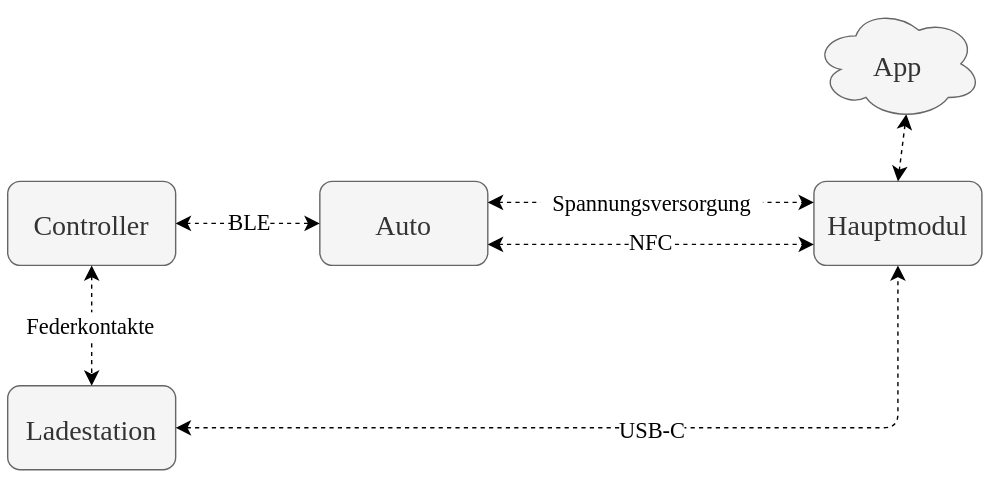
The draw.io diagram Bilder/BlockschaltbildProjekt.svg in 06Moritz/DiplomProjekt, before a commit. Source tidied: cells renumbered, new cells last; positions are measured from the earlier drawing's top-left corner, leaving out a move shared by most shapes.
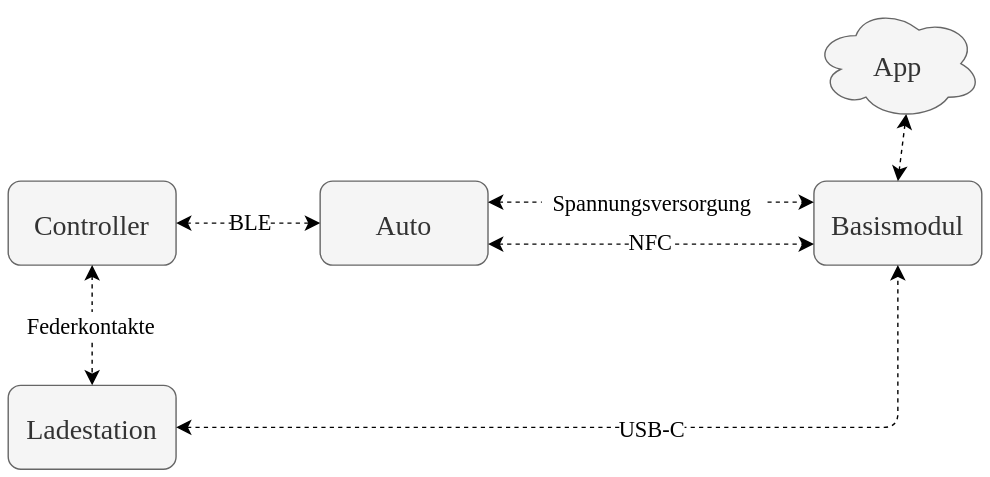
After the commit.

Change to the diagram source:
```diff
@@ -5,7 +5,7 @@
     <mxCell id="2" value="Ladestation" style="rounded=1;fontSize=20;fontFamily=Tahoma;fillColor=#f5f5f5;fontColor=#333333;strokeColor=#666666;" parent="1" vertex="1">
       <mxGeometry y="270" width="120" height="60" as="geometry" />
     </mxCell>
-    <mxCell id="3" value="Hauptmodul" style="rounded=1;fontSize=20;fontFamily=Tahoma;fillColor=#f5f5f5;strokeColor=#666666;fontColor=#333333;" parent="1" vertex="1">
+    <mxCell id="3" value="Basismodul" style="rounded=1;fontSize=20;fontFamily=Tahoma;fillColor=#f5f5f5;strokeColor=#666666;fontColor=#333333;" parent="1" vertex="1">
       <mxGeometry x="576" y="124" width="120" height="60" as="geometry" />
     </mxCell>
     <mxCell id="4" value="Auto" style="rounded=1;fontSize=20;fontFamily=Tahoma;fillColor=#f5f5f5;fontColor=#333333;strokeColor=#666666;" parent="1" vertex="1">
```
